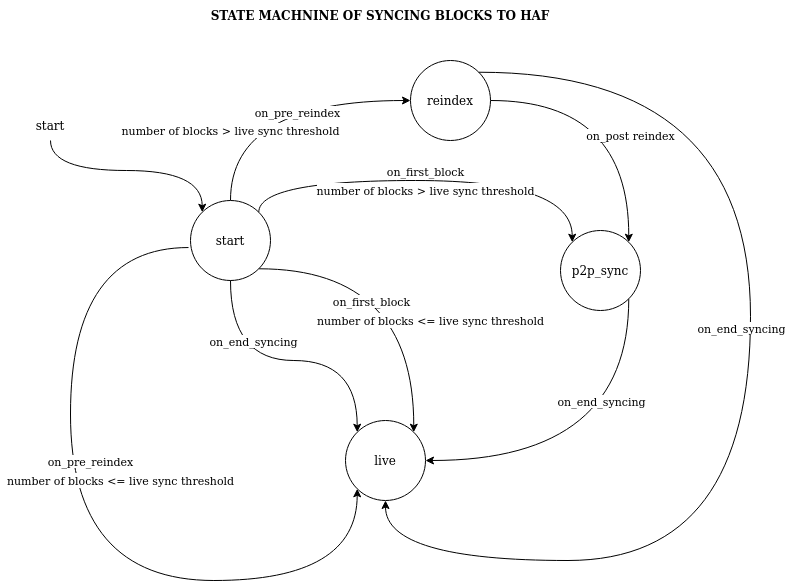
Earlier version of the draw.io export src/sql_serializer/doc/sync_state_machine.png (openhive-network/HAfAH). Source tidied: cells renumbered, new cells last; positions are measured from the earlier drawing's top-left corner, leaving out a move shared by most shapes.
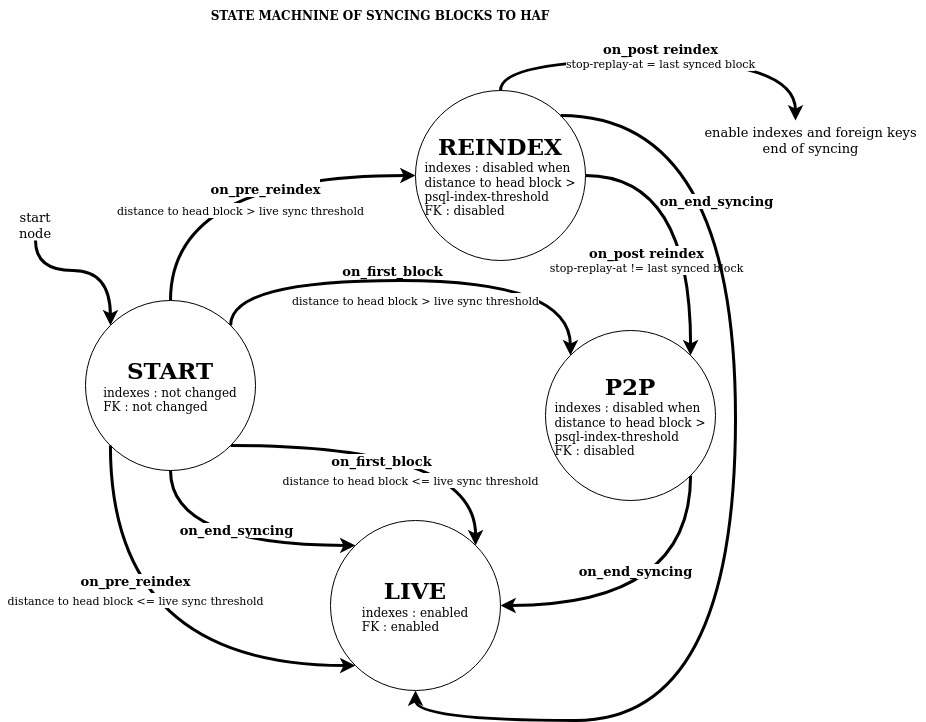
After the commit.

Commit message:
update doc: more descriptive synchronization state machine diagram

Change to the diagram source:
```diff
@@ -2,122 +2,138 @@
   <root>
     <mxCell id="0" />
     <mxCell id="1" parent="0" />
-    <mxCell id="2" style="edgeStyle=orthogonalEdgeStyle;rounded=0;jettySize=auto;html=1;exitX=1;exitY=1;exitDx=0;exitDy=0;entryX=1;entryY=0.5;entryDx=0;entryDy=0;curved=1;" parent="1" edge="1" source="6" target="18">
+    <mxCell id="2" style="edgeStyle=orthogonalEdgeStyle;rounded=0;jettySize=auto;html=1;exitX=1;exitY=1;exitDx=0;exitDy=0;entryX=1;entryY=0.5;entryDx=0;entryDy=0;curved=1;strokeWidth=3;" parent="1" edge="1" source="6" target="18">
       <mxGeometry relative="1" as="geometry">
         <Array as="points">
-          <mxPoint x="628" y="460" />
+          <mxPoint x="705" y="505" />
         </Array>
       </mxGeometry>
     </mxCell>
-    <mxCell id="3" value="on_end_syncing" style="edgeLabel;html=1;align=center;verticalAlign=middle;" parent="2" vertex="1">
+    <mxCell id="3" value="&lt;b&gt;&lt;font style=&quot;font-size: 13px&quot;&gt;on_end_syncing&lt;/font&gt;&lt;/b&gt;" style="edgeLabel;html=1;align=center;verticalAlign=middle;" parent="2" vertex="1">
       <mxGeometry x="-0.12" y="-8" relative="1" as="geometry">
-        <mxPoint x="-20" y="-58" as="offset" />
+        <mxPoint x="-45" y="-27" as="offset" />
       </mxGeometry>
     </mxCell>
-    <mxCell id="4" style="edgeStyle=orthogonalEdgeStyle;curved=1;rounded=0;jettySize=auto;html=1;exitX=0.5;exitY=0;exitDx=0;exitDy=0;entryX=0;entryY=0.5;entryDx=0;entryDy=0;" parent="1" edge="1" source="16" target="9">
+    <mxCell id="4" style="edgeStyle=orthogonalEdgeStyle;curved=1;rounded=0;jettySize=auto;html=1;exitX=0.5;exitY=0;exitDx=0;exitDy=0;entryX=0;entryY=0.5;entryDx=0;entryDy=0;strokeWidth=3;" parent="1" edge="1" source="16" target="9">
       <mxGeometry relative="1" as="geometry" />
     </mxCell>
-    <mxCell id="5" value="on_pre_reindex" style="edgeLabel;html=1;align=center;verticalAlign=middle;" parent="4" vertex="1">
+    <mxCell id="5" value="&lt;font style=&quot;font-size: 13px&quot;&gt;on_pre_reindex&lt;/font&gt;" style="edgeLabel;html=1;align=center;verticalAlign=middle;fontSize=16;fontStyle=1;" parent="4" vertex="1">
       <mxGeometry x="0.18" y="-11" relative="1" as="geometry" />
     </mxCell>
-    <mxCell id="6" value="p2p_sync" style="ellipse;whiteSpace=wrap;html=1;" parent="1" vertex="1">
-      <mxGeometry x="560" y="230" width="80" height="80" as="geometry" />
+    <mxCell id="6" value="&lt;b&gt;&lt;font style=&quot;font-size: 23px&quot;&gt;P2P&lt;/font&gt;&lt;/b&gt;&lt;br&gt;&lt;div align=&quot;left&quot;&gt;indexes : disabled when&lt;br&gt;distance to head block &amp;gt;&lt;br&gt;psql-index-threshold&lt;br&gt;&lt;/div&gt;&lt;div align=&quot;left&quot;&gt;FK : disabled&lt;br&gt;&lt;/div&gt;" style="ellipse;whiteSpace=wrap;html=1;" parent="1" vertex="1">
+      <mxGeometry x="560" y="230" width="170" height="170" as="geometry" />
     </mxCell>
-    <mxCell id="7" style="edgeStyle=orthogonalEdgeStyle;curved=1;rounded=0;jettySize=auto;html=1;exitX=1;exitY=0.5;exitDx=0;exitDy=0;entryX=1;entryY=0;entryDx=0;entryDy=0;" parent="1" edge="1" source="9" target="6">
+    <mxCell id="7" style="edgeStyle=orthogonalEdgeStyle;curved=1;rounded=0;jettySize=auto;html=1;exitX=1;exitY=0.5;exitDx=0;exitDy=0;entryX=1;entryY=0;entryDx=0;entryDy=0;strokeWidth=3;" parent="1" edge="1" source="9" target="6">
       <mxGeometry relative="1" as="geometry" />
     </mxCell>
-    <mxCell id="8" value="on_post reindex" style="edgeLabel;html=1;align=center;verticalAlign=middle;" parent="7" vertex="1">
-      <mxGeometry x="0.24" y="1" relative="1" as="geometry" />
+    <mxCell id="8" value="&lt;b&gt;&lt;font style=&quot;font-size: 13px&quot;&gt;on_post reindex&lt;/font&gt;&lt;/b&gt;&lt;br&gt;stop-replay-at != last synced block" style="edgeLabel;html=1;align=center;verticalAlign=middle;" parent="7" vertex="1">
+      <mxGeometry x="0.24" y="1" relative="1" as="geometry">
+        <mxPoint x="-46" y="14" as="offset" />
+      </mxGeometry>
     </mxCell>
-    <mxCell id="9" value="reindex" style="ellipse;whiteSpace=wrap;html=1;" parent="1" vertex="1">
-      <mxGeometry x="410" y="60" width="80" height="80" as="geometry" />
+    <mxCell id="9" value="&lt;b&gt;&lt;font style=&quot;font-size: 23px&quot;&gt;REINDEX&lt;br&gt;&lt;/font&gt;&lt;/b&gt;&lt;div align=&quot;left&quot;&gt;indexes : disabled when&lt;br&gt;distance to head block &amp;gt;&lt;br&gt;psql-index-threshold&lt;br&gt;&lt;/div&gt;&lt;div align=&quot;left&quot;&gt;FK : disabled&lt;br&gt;&lt;/div&gt;" style="ellipse;whiteSpace=wrap;html=1;" parent="1" vertex="1">
+      <mxGeometry x="430" y="-10" width="170" height="170" as="geometry" />
     </mxCell>
-    <mxCell id="10" style="edgeStyle=orthogonalEdgeStyle;curved=1;rounded=0;jettySize=auto;html=1;entryX=0;entryY=0;entryDx=0;entryDy=0;exitX=1;exitY=0;exitDx=0;exitDy=0;" parent="1" edge="1" source="16" target="6">
+    <mxCell id="10" style="edgeStyle=orthogonalEdgeStyle;curved=1;rounded=0;jettySize=auto;html=1;entryX=0;entryY=0;entryDx=0;entryDy=0;exitX=1;exitY=0;exitDx=0;exitDy=0;strokeWidth=3;" parent="1" edge="1" source="16" target="6">
       <mxGeometry relative="1" as="geometry">
         <Array as="points">
-          <mxPoint x="258" y="180" />
-          <mxPoint x="572" y="180" />
+          <mxPoint x="245" y="180" />
+          <mxPoint x="585" y="180" />
         </Array>
       </mxGeometry>
     </mxCell>
-    <mxCell id="11" value="on_first_block" style="edgeLabel;html=1;align=center;verticalAlign=middle;fontSize=11;" parent="10" vertex="1">
+    <mxCell id="11" value="&lt;font style=&quot;font-size: 13px&quot;&gt;on_first_block&lt;/font&gt;" style="edgeLabel;html=1;align=center;verticalAlign=middle;fontSize=11;fontStyle=1;" parent="10" vertex="1">
       <mxGeometry x="-0.68" y="3" relative="1" as="geometry">
         <mxPoint x="132" y="-7" as="offset" />
       </mxGeometry>
     </mxCell>
-    <mxCell id="12" style="edgeStyle=orthogonalEdgeStyle;curved=1;rounded=0;jettySize=auto;html=1;exitX=0.5;exitY=1;exitDx=0;exitDy=0;entryX=0;entryY=0;entryDx=0;entryDy=0;fontSize=11;" parent="1" edge="1" source="13" target="16">
+    <mxCell id="12" style="edgeStyle=orthogonalEdgeStyle;curved=1;rounded=0;jettySize=auto;html=1;exitX=0.5;exitY=1;exitDx=0;exitDy=0;entryX=0;entryY=0;entryDx=0;entryDy=0;fontSize=11;strokeWidth=3;" parent="1" edge="1" source="13" target="16">
       <mxGeometry relative="1" as="geometry" />
     </mxCell>
-    <mxCell id="13" value="start" style="text;html=1;strokeColor=none;fillColor=none;align=center;verticalAlign=middle;whiteSpace=wrap;rounded=0;" parent="1" vertex="1">
+    <mxCell id="13" value="&lt;font style=&quot;font-size: 13px&quot;&gt;start node&lt;/font&gt;" style="text;html=1;strokeColor=none;fillColor=none;align=center;verticalAlign=middle;whiteSpace=wrap;rounded=0;" parent="1" vertex="1">
       <mxGeometry x="20" y="110" width="60" height="30" as="geometry" />
     </mxCell>
     <mxCell id="14" value="&lt;b&gt;STATE MACHNINE OF SYNCING BLOCKS TO HAF&lt;/b&gt;" style="text;html=1;strokeColor=none;fillColor=none;align=center;verticalAlign=middle;whiteSpace=wrap;rounded=0;" parent="1" vertex="1">
-      <mxGeometry x="200" width="360" height="30" as="geometry" />
+      <mxGeometry x="215" y="-100" width="360" height="30" as="geometry" />
     </mxCell>
-    <mxCell id="15" style="edgeStyle=orthogonalEdgeStyle;rounded=0;jettySize=auto;html=1;exitX=1;exitY=1;exitDx=0;exitDy=0;entryX=1;entryY=0;entryDx=0;entryDy=0;fontSize=11;curved=1;" parent="1" edge="1" source="16" target="18">
+    <mxCell id="15" style="edgeStyle=orthogonalEdgeStyle;rounded=0;jettySize=auto;html=1;exitX=1;exitY=1;exitDx=0;exitDy=0;entryX=1;entryY=0;entryDx=0;entryDy=0;fontSize=11;curved=1;strokeWidth=3;" parent="1" edge="1" source="16" target="18">
       <mxGeometry relative="1" as="geometry" />
     </mxCell>
-    <mxCell id="16" value="start" style="ellipse;whiteSpace=wrap;html=1;" parent="1" vertex="1">
-      <mxGeometry x="190" y="200" width="80" height="80" as="geometry" />
+    <mxCell id="16" value="&lt;div&gt;&lt;b&gt;&lt;font style=&quot;font-size: 23px&quot;&gt;START&lt;/font&gt;&lt;/b&gt;&lt;/div&gt;&lt;div&gt;&lt;div align=&quot;left&quot;&gt;indexes : not changed&lt;/div&gt;&lt;div align=&quot;left&quot;&gt;FK : not changed&lt;br&gt;&lt;/div&gt;&lt;/div&gt;" style="ellipse;whiteSpace=wrap;html=1;" parent="1" vertex="1">
+      <mxGeometry x="100" y="200" width="170" height="170" as="geometry" />
     </mxCell>
-    <mxCell id="17" value="&lt;font style=&quot;font-size: 11px&quot;&gt;number of blocks &amp;gt; live sync threshold&lt;/font&gt;" style="text;html=1;align=center;verticalAlign=middle;strokeColor=none;fillColor=none;labelBackgroundColor=default;" parent="1" vertex="1">
-      <mxGeometry x="115" y="120" width="230" height="20" as="geometry" />
+    <mxCell id="17" value="&lt;font style=&quot;font-size: 11px&quot;&gt;distance to head block &amp;gt; live sync threshold&lt;/font&gt;" style="text;html=1;align=center;verticalAlign=middle;strokeColor=none;fillColor=none;labelBackgroundColor=default;" parent="1" vertex="1">
+      <mxGeometry x="125" y="100" width="260" height="20" as="geometry" />
     </mxCell>
-    <mxCell id="18" value="live" style="ellipse;whiteSpace=wrap;html=1;" parent="1" vertex="1">
-      <mxGeometry x="345" y="420" width="80" height="80" as="geometry" />
+    <mxCell id="18" value="&lt;b&gt;&lt;font style=&quot;font-size: 23px&quot;&gt;LIVE&lt;/font&gt;&lt;/b&gt;&lt;br&gt;&lt;div align=&quot;left&quot;&gt;indexes : enabled&lt;/div&gt;&lt;div align=&quot;left&quot;&gt;FK : enabled&lt;br&gt;&lt;/div&gt;" style="ellipse;whiteSpace=wrap;html=1;" parent="1" vertex="1">
+      <mxGeometry x="345" y="420" width="170" height="170" as="geometry" />
     </mxCell>
-    <mxCell id="19" style="edgeStyle=orthogonalEdgeStyle;curved=1;rounded=0;jettySize=auto;html=1;exitX=-0.025;exitY=0.588;exitDx=0;exitDy=0;exitPerimeter=0;entryX=0;entryY=1;entryDx=0;entryDy=0;" parent="1" edge="1" source="16" target="18">
+    <mxCell id="19" style="edgeStyle=orthogonalEdgeStyle;curved=1;rounded=0;jettySize=auto;html=1;exitX=0;exitY=1;exitDx=0;exitDy=0;entryX=0;entryY=1;entryDx=0;entryDy=0;strokeWidth=3;" parent="1" edge="1" source="16" target="18">
       <mxGeometry relative="1" as="geometry">
         <Array as="points">
-          <mxPoint x="70" y="247" />
-          <mxPoint x="70" y="580" />
-          <mxPoint x="357" y="580" />
+          <mxPoint x="125" y="565" />
         </Array>
       </mxGeometry>
     </mxCell>
-    <mxCell id="20" value="on_pre_reindex" style="edgeLabel;html=1;align=center;verticalAlign=middle;" parent="19" vertex="1">
+    <mxCell id="20" value="&lt;b&gt;on_pre_reindex&lt;/b&gt;" style="edgeLabel;html=1;align=center;verticalAlign=middle;fontSize=13;" parent="19" vertex="1">
       <mxGeometry x="0.18" y="-11" relative="1" as="geometry">
-        <mxPoint x="-20" y="-131" as="offset" />
+        <mxPoint x="-30" y="-96" as="offset" />
       </mxGeometry>
     </mxCell>
-    <mxCell id="21" value="&lt;font style=&quot;font-size: 11px&quot;&gt;number of blocks &amp;lt;= live sync threshold&lt;/font&gt;" style="text;html=1;align=center;verticalAlign=middle;strokeColor=none;fillColor=none;labelBackgroundColor=default;" parent="1" vertex="1">
-      <mxGeometry y="470" width="240" height="20" as="geometry" />
+    <mxCell id="21" value="&lt;font style=&quot;font-size: 11px&quot;&gt;distance to head block &amp;lt;= live sync threshold&lt;/font&gt;" style="text;html=1;align=center;verticalAlign=middle;strokeColor=none;fillColor=none;labelBackgroundColor=default;" parent="1" vertex="1">
+      <mxGeometry x="15" y="490" width="270" height="20" as="geometry" />
     </mxCell>
-    <mxCell id="22" value="&lt;font style=&quot;font-size: 11px&quot;&gt;number of blocks &amp;gt; live sync threshold&lt;/font&gt;" style="text;html=1;align=center;verticalAlign=middle;strokeColor=none;fillColor=none;labelBackgroundColor=default;" parent="1" vertex="1">
-      <mxGeometry x="310" y="180" width="230" height="20" as="geometry" />
+    <mxCell id="22" value="&lt;font style=&quot;font-size: 11px&quot;&gt;distance to head block &amp;gt; live sync threshold&lt;/font&gt;" style="text;html=1;align=center;verticalAlign=middle;strokeColor=none;fillColor=none;labelBackgroundColor=default;" parent="1" vertex="1">
+      <mxGeometry x="300" y="190" width="260" height="20" as="geometry" />
     </mxCell>
-    <mxCell id="23" value="on_first_block" style="edgeLabel;html=1;align=center;verticalAlign=middle;fontSize=11;" parent="1" vertex="1">
-      <mxGeometry x="370" y="300" as="geometry" />
+    <mxCell id="23" value="&lt;b&gt;&lt;font style=&quot;font-size: 13px&quot;&gt;on_first_block&lt;/font&gt;&lt;/b&gt;" style="edgeLabel;html=1;align=center;verticalAlign=middle;fontSize=11;" parent="1" vertex="1">
+      <mxGeometry x="395" y="360" as="geometry" />
     </mxCell>
-    <mxCell id="24" value="&lt;font style=&quot;font-size: 11px&quot;&gt;number of blocks &amp;lt;= live sync threshold&lt;/font&gt;" style="text;html=1;align=center;verticalAlign=middle;strokeColor=none;fillColor=none;labelBackgroundColor=default;" parent="1" vertex="1">
-      <mxGeometry x="310" y="310" width="240" height="20" as="geometry" />
+    <mxCell id="24" value="&lt;font style=&quot;font-size: 11px&quot;&gt;distance to head block &amp;lt;= live sync threshold&lt;/font&gt;" style="text;html=1;align=center;verticalAlign=middle;strokeColor=none;fillColor=none;labelBackgroundColor=default;" parent="1" vertex="1">
+      <mxGeometry x="290" y="370" width="270" height="20" as="geometry" />
     </mxCell>
-    <mxCell id="25" style="edgeStyle=orthogonalEdgeStyle;rounded=0;jettySize=auto;html=1;exitX=0.5;exitY=1;exitDx=0;exitDy=0;entryX=0;entryY=0;entryDx=0;entryDy=0;curved=1;" parent="1" edge="1" source="16" target="18">
+    <mxCell id="25" style="edgeStyle=orthogonalEdgeStyle;rounded=0;jettySize=auto;html=1;exitX=0.5;exitY=1;exitDx=0;exitDy=0;entryX=0;entryY=0;entryDx=0;entryDy=0;curved=1;strokeWidth=3;" parent="1" edge="1" source="16" target="18">
       <mxGeometry relative="1" as="geometry">
         <Array as="points">
-          <mxPoint x="230" y="360" />
-          <mxPoint x="357" y="360" />
+          <mxPoint x="185" y="445" />
         </Array>
       </mxGeometry>
     </mxCell>
-    <mxCell id="26" value="on_end_syncing" style="edgeLabel;html=1;align=center;verticalAlign=middle;" parent="25" vertex="1">
+    <mxCell id="26" value="&lt;b&gt;on_end_syncing&lt;/b&gt;" style="edgeLabel;html=1;align=center;verticalAlign=middle;fontSize=13;" parent="25" vertex="1">
       <mxGeometry x="-0.12" y="-8" relative="1" as="geometry">
-        <mxPoint x="-20" y="-28" as="offset" />
+        <mxPoint x="26" y="-23" as="offset" />
       </mxGeometry>
     </mxCell>
-    <mxCell id="27" style="edgeStyle=orthogonalEdgeStyle;rounded=0;jettySize=auto;html=1;exitX=1;exitY=0;exitDx=0;exitDy=0;entryX=0.5;entryY=1;entryDx=0;entryDy=0;curved=1;" parent="1" edge="1" source="9" target="18">
+    <mxCell id="27" style="edgeStyle=orthogonalEdgeStyle;rounded=0;jettySize=auto;html=1;exitX=1;exitY=0;exitDx=0;exitDy=0;entryX=0.5;entryY=1;entryDx=0;entryDy=0;curved=1;strokeWidth=3;" parent="1" edge="1" source="9" target="18">
       <mxGeometry relative="1" as="geometry">
         <Array as="points">
-          <mxPoint x="750" y="72" />
-          <mxPoint x="750" y="560" />
-          <mxPoint x="385" y="560" />
+          <mxPoint x="750" y="15" />
+          <mxPoint x="750" y="620" />
+          <mxPoint x="430" y="620" />
         </Array>
       </mxGeometry>
     </mxCell>
-    <mxCell id="28" value="on_end_syncing" style="edgeLabel;html=1;align=center;verticalAlign=middle;" parent="27" vertex="1">
+    <mxCell id="28" value="&lt;b&gt;on_end_syncing&lt;/b&gt;" style="edgeLabel;html=1;align=center;verticalAlign=middle;fontSize=13;" parent="27" vertex="1">
       <mxGeometry x="-0.12" y="-8" relative="1" as="geometry">
-        <mxPoint x="-2" y="9" as="offset" />
+        <mxPoint x="-12" y="-235" as="offset" />
       </mxGeometry>
     </mxCell>
+    <mxCell id="29" style="endArrow=classic;html=1;rounded=0;fontSize=23;strokeWidth=3;edgeStyle=orthogonalEdgeStyle;curved=1;exitX=0.5;exitY=0;exitDx=0;exitDy=0;" parent="1" edge="1" source="9">
+      <mxGeometry relative="1" as="geometry">
+        <mxPoint x="810" y="20" as="targetPoint" />
+        <Array as="points">
+          <mxPoint x="515" y="-40" />
+          <mxPoint x="810" y="-40" />
+        </Array>
+      </mxGeometry>
+    </mxCell>
+    <mxCell id="30" value="&lt;b&gt;&lt;font style=&quot;font-size: 13px&quot;&gt;on_post reindex&lt;/font&gt;&lt;/b&gt;&lt;br&gt;stop-replay-at = last synced block" style="edgeLabel;html=1;align=center;verticalAlign=middle;" parent="1" vertex="1">
+      <mxGeometry x="680.1" y="150" as="geometry">
+        <mxPoint x="-6" y="-194" as="offset" />
+      </mxGeometry>
+    </mxCell>
+    <mxCell id="31" value="&lt;div style=&quot;font-size: 13px&quot;&gt;&lt;font style=&quot;font-size: 13px&quot;&gt;enable indexes and foreign keys&lt;/font&gt;&lt;/div&gt;&lt;div style=&quot;font-size: 13px&quot;&gt;&lt;font style=&quot;font-size: 13px&quot;&gt;end of syncing&lt;br&gt;&lt;/font&gt;&lt;/div&gt;" style="text;html=1;align=center;verticalAlign=middle;strokeColor=none;fillColor=none;fontSize=23;" parent="1" vertex="1">
+      <mxGeometry x="710" y="10" width="230" height="60" as="geometry" />
+    </mxCell>
   </root>
 </mxGraphModel>
```
